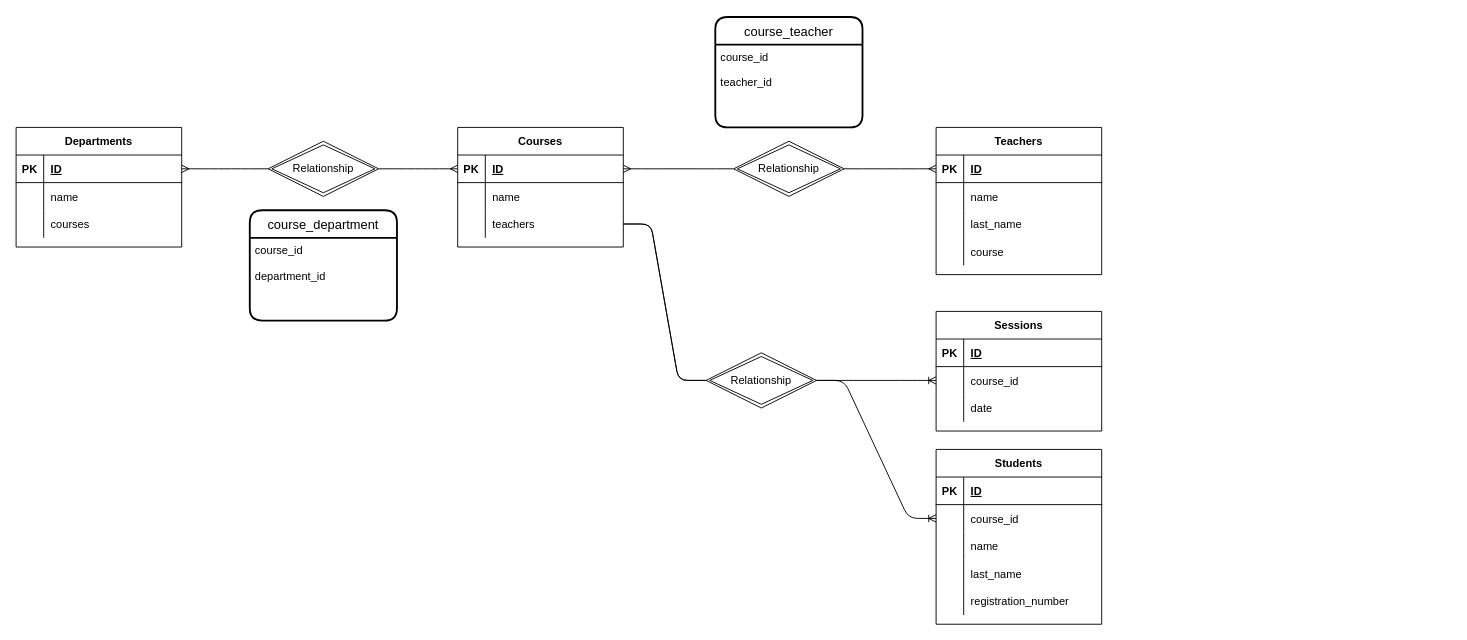
Before: university_db.drawio in LauCost/db-university, a draw.io diagram. Source tidied: cells renumbered, new cells numbered last; positions are measured from the earlier drawing's top-left corner, leaving out a move shared by most shapes. Both pictures are drawn from the tidied source at 92%, with x=0, y=0 at pixel (16, 17).
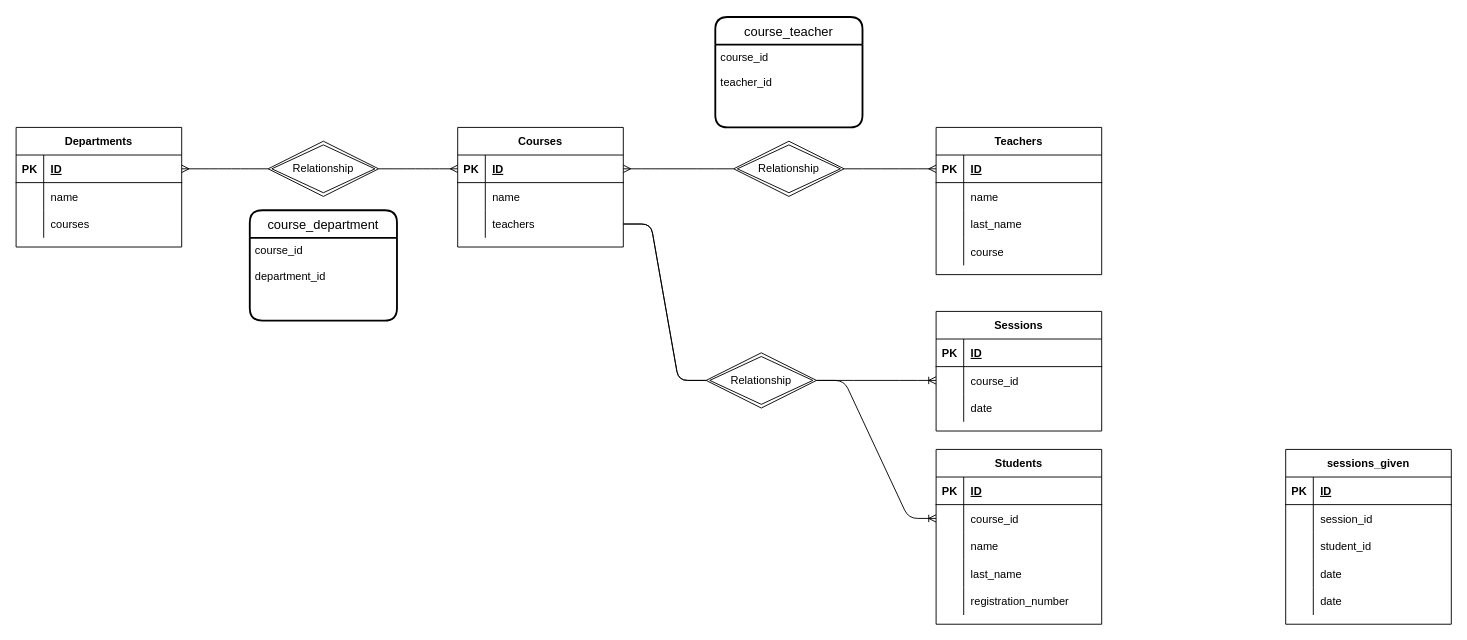
The same diagram, later.

Commit message:
Add the sessions given table

The edit, as a diff of the source:
```diff
@@
+    <mxCell id="76" value="sessions_given" style="shape=table;startSize=30;childLayout=tableLayout;rowLines=0;fontStyle=1;align=center;" parent="1" vertex="1">
+      <mxGeometry x="1380" y="470" width="180" height="190" as="geometry" />
+    </mxCell>
+    <mxCell id="77" style="shape=partialRectangle;fillColor=none;top=0;left=0;bottom=1;right=0;" parent="76" vertex="1">
+      <mxGeometry y="30" width="180" height="30" as="geometry" />
+    </mxCell>
+    <mxCell id="78" value="PK" style="shape=partialRectangle;fillColor=none;top=0;left=0;bottom=0;right=0;fontStyle=1;overflow=hidden;" parent="77" vertex="1">
+      <mxGeometry width="30" height="30" as="geometry" />
+    </mxCell>
+    <mxCell id="79" value="ID" style="shape=partialRectangle;fillColor=none;top=0;left=0;bottom=0;right=0;align=left;spacingLeft=6;fontStyle=5;overflow=hidden;" parent="77" vertex="1">
+      <mxGeometry x="30" width="150" height="30" as="geometry" />
+    </mxCell>
+    <mxCell id="80" style="shape=partialRectangle;fillColor=none;top=0;left=0;bottom=0;right=0;" parent="76" vertex="1">
+      <mxGeometry y="60" width="180" height="30" as="geometry" />
+    </mxCell>
+    <mxCell id="81" style="shape=partialRectangle;fillColor=none;top=0;left=0;bottom=0;right=0;overflow=hidden;" parent="80" vertex="1">
+      <mxGeometry width="30" height="30" as="geometry" />
+    </mxCell>
+    <mxCell id="82" value="session_id" style="shape=partialRectangle;fillColor=none;top=0;left=0;bottom=0;right=0;align=left;spacingLeft=6;overflow=hidden;" parent="80" vertex="1">
+      <mxGeometry x="30" width="150" height="30" as="geometry" />
+    </mxCell>
+    <mxCell id="83" style="shape=partialRectangle;fillColor=none;top=0;left=0;bottom=0;right=0;" parent="76" vertex="1">
+      <mxGeometry y="90" width="180" height="30" as="geometry" />
+    </mxCell>
+    <mxCell id="84" style="shape=partialRectangle;fillColor=none;top=0;left=0;bottom=0;right=0;overflow=hidden;" parent="83" vertex="1">
+      <mxGeometry width="30" height="30" as="geometry" />
+    </mxCell>
+    <mxCell id="85" value="student_id" style="shape=partialRectangle;fillColor=none;top=0;left=0;bottom=0;right=0;align=left;spacingLeft=6;overflow=hidden;" parent="83" vertex="1">
+      <mxGeometry x="30" width="150" height="30" as="geometry" />
+    </mxCell>
+    <mxCell id="86" style="shape=partialRectangle;fillColor=none;top=0;left=0;bottom=0;right=0;" parent="76" vertex="1">
+      <mxGeometry y="120" width="180" height="30" as="geometry" />
+    </mxCell>
+    <mxCell id="87" style="shape=partialRectangle;fillColor=none;top=0;left=0;bottom=0;right=0;overflow=hidden;" parent="86" vertex="1">
+      <mxGeometry width="30" height="30" as="geometry" />
+    </mxCell>
+    <mxCell id="88" value="date" style="shape=partialRectangle;fillColor=none;top=0;left=0;bottom=0;right=0;align=left;spacingLeft=6;overflow=hidden;" parent="86" vertex="1">
+      <mxGeometry x="30" width="150" height="30" as="geometry" />
+    </mxCell>
+    <mxCell id="89" style="shape=partialRectangle;fillColor=none;top=0;left=0;bottom=0;right=0;" parent="76" vertex="1">
+      <mxGeometry y="150" width="180" height="30" as="geometry" />
+    </mxCell>
+    <mxCell id="90" style="shape=partialRectangle;fillColor=none;top=0;left=0;bottom=0;right=0;overflow=hidden;" parent="89" vertex="1">
+      <mxGeometry width="30" height="30" as="geometry" />
+    </mxCell>
+    <mxCell id="91" value="date" style="shape=partialRectangle;fillColor=none;top=0;left=0;bottom=0;right=0;align=left;spacingLeft=6;overflow=hidden;" parent="89" vertex="1">
+      <mxGeometry x="30" width="150" height="30" as="geometry" />
+    </mxCell>
```
